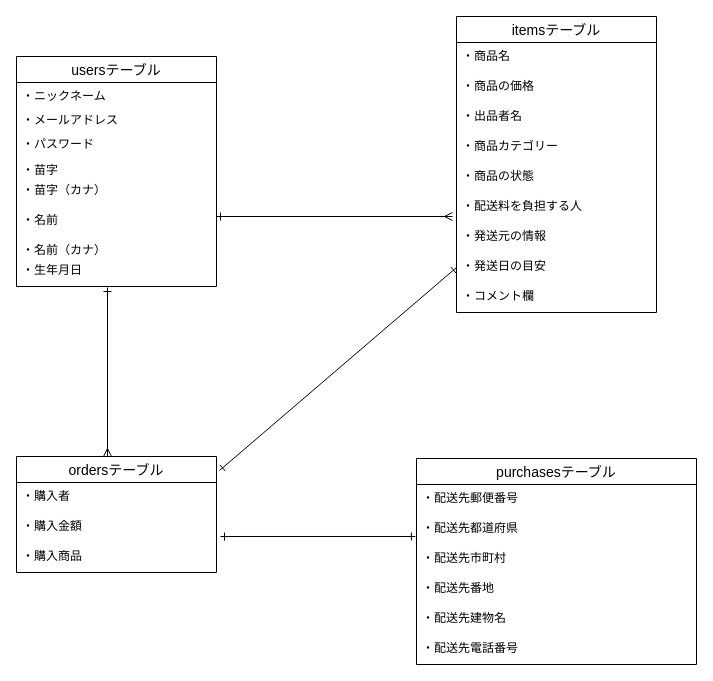
Before: furima35256.dio in riyo-y/furima-35256, a draw.io diagram. Source tidied: cells renumbered, new cells numbered last; positions are measured from the earlier drawing's top-left corner, leaving out a move shared by most shapes. Both pictures are drawn from the tidied source at 100%, with x=0, y=0 at pixel (16, 16).
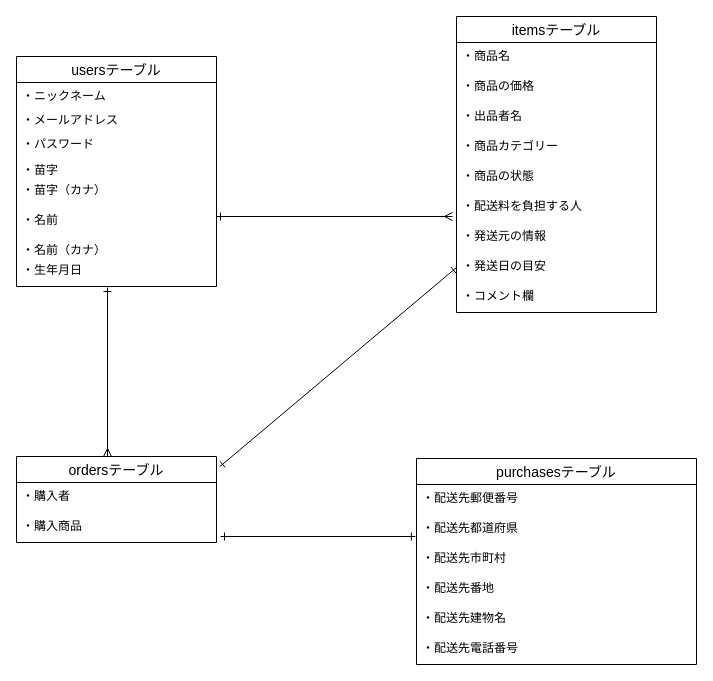
The same diagram, later.

The change refers to these unchanged cells:
```xml
<mxCell id="23" value="・配送先都道府県&#10;" style="text;strokeColor=none;fillColor=none;spacingLeft=4;spacingRight=4;overflow=hidden;points=[[0,0.5],[1,0.5]];portConstraint=eastwest;fontSize=12;" parent="21" vertex="1">
  <mxGeometry y="56" width="280" height="30" as="geometry" />
</mxCell>
```

Change to the diagram source:
```diff
@@
     <mxCell id="28" value="ordersテーブル" style="swimlane;fontStyle=0;horizontal=1;startSize=26;align=center;fontSize=14;" parent="1" vertex="1">
-      <mxGeometry y="440" width="200" height="116" as="geometry" />
+      <mxGeometry y="440" width="200" height="86" as="geometry" />
     </mxCell>
@@
-    <mxCell id="30" value="・購入金額" style="text;strokeColor=none;fillColor=none;spacingLeft=4;spacingRight=4;overflow=hidden;points=[[0,0.5],[1,0.5]];portConstraint=eastwest;fontSize=12;" parent="28" vertex="1">
-      <mxGeometry y="56" width="200" height="30" as="geometry" />
-    </mxCell>
     <mxCell id="31" value="・購入商品" style="text;strokeColor=none;fillColor=none;spacingLeft=4;spacingRight=4;overflow=hidden;fontSize=12;" parent="28" vertex="1">
-      <mxGeometry y="86" width="200" height="30" as="geometry" />
+      <mxGeometry y="56" width="200" height="30" as="geometry" />
     </mxCell>
@@
-    <mxCell id="34" style="fontSize=12;html=1;endArrow=ERone;endFill=1;entryX=-0.004;entryY=0.733;entryDx=0;entryDy=0;entryPerimeter=0;exitX=1.02;exitY=0.8;exitDx=0;exitDy=0;exitPerimeter=0;startArrow=ERone;startFill=0;" parent="1" edge="1" source="30" target="23">
-      <mxGeometry relative="1" as="geometry" />
+    <mxCell id="34" style="fontSize=12;html=1;endArrow=ERone;endFill=1;entryX=-0.004;entryY=0.733;entryDx=0;entryDy=0;entryPerimeter=0;exitX=1.02;exitY=0.8;exitDx=0;exitDy=0;exitPerimeter=0;startArrow=ERone;startFill=0;" parent="1" edge="1" target="23">
+      <mxGeometry relative="1" as="geometry">
+        <mxPoint x="204" y="520" as="sourcePoint" />
+      </mxGeometry>
     </mxCell>
```
